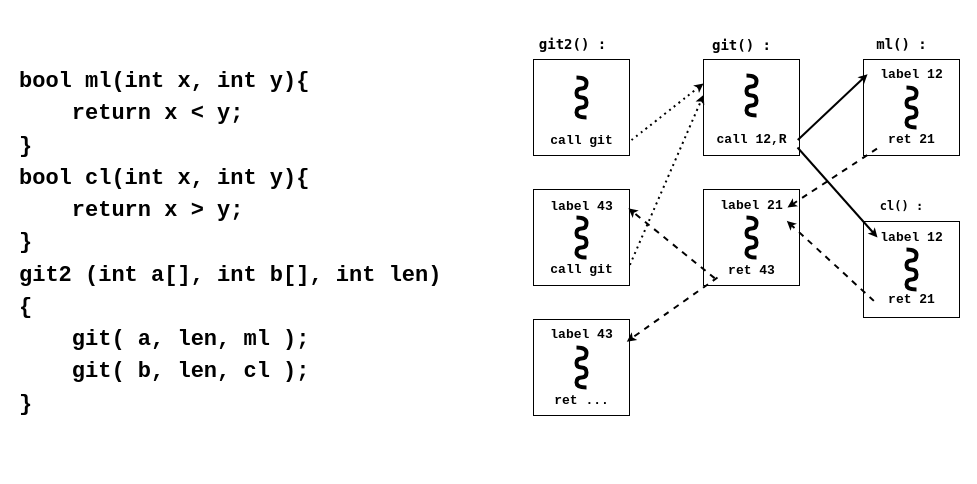
This is Untitled Diagram.drawio from ZKX64/Textbook-graph, a draw.io file, before an edit. Source tidied: cells renumbered, new cells numbered last; positions are measured from the earlier drawing's top-left corner, leaving out a move shared by most shapes. Both pictures are drawn from the tidied source at 100%, with x=0, y=0 at pixel (17, 17).
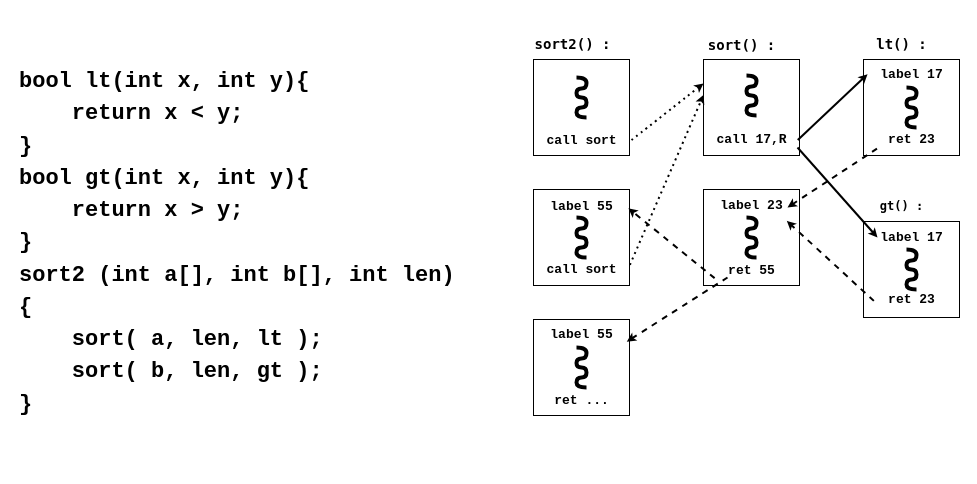
Above is the later version.

The edit, as a diff of the source:
```diff
@@
-    <mxCell id="2" value="&lt;div style=&quot;font-size: 14px; line-height: 19px;&quot;&gt;&lt;div style=&quot;&quot;&gt;&lt;div style=&quot;line-height: 19px;&quot;&gt;&lt;pre style=&quot;line-height: 108%; font-size: 28px;&quot;&gt;&lt;font style=&quot;font-size: 22px;&quot; face=&quot;Courier New&quot;&gt;&lt;b&gt;&lt;font style=&quot;font-size: 22px;&quot;&gt;&lt;span style=&quot;&quot;&gt;bool ml(int x, int y){&lt;br&gt;&lt;/span&gt;&lt;/font&gt;&lt;font style=&quot;font-size: 22px;&quot;&gt;&lt;span style=&quot;&quot;&gt;&amp;nbsp; &amp;nbsp; return x &amp;lt; y;&lt;br&gt;&lt;/span&gt;&lt;/font&gt;&lt;font style=&quot;font-size: 22px;&quot;&gt;&lt;span style=&quot;&quot;&gt;}&lt;br&gt;&lt;/span&gt;&lt;/font&gt;&lt;font style=&quot;font-size: 22px;&quot;&gt;&lt;span style=&quot;&quot;&gt;bool cl(int x, int y){&lt;br&gt;&lt;/span&gt;&lt;/font&gt;&lt;font style=&quot;font-size: 22px;&quot;&gt;&lt;span style=&quot;&quot;&gt;&amp;nbsp; &amp;nbsp; return x &amp;gt; y;&lt;br&gt;&lt;/span&gt;&lt;/font&gt;&lt;font style=&quot;font-size: 22px;&quot;&gt;&lt;span style=&quot;&quot;&gt;}&lt;/span&gt;&lt;/font&gt;&lt;font style=&quot;font-size: 22px;&quot;&gt;&lt;span style=&quot;&quot;&gt;&lt;br&gt;&lt;/span&gt;&lt;/font&gt;&lt;font style=&quot;font-size: 22px;&quot;&gt;&lt;span style=&quot;&quot;&gt;git2 (int a[], int b[], int len)&lt;br&gt;&lt;/span&gt;&lt;/font&gt;&lt;font style=&quot;font-size: 22px;&quot;&gt;&lt;span style=&quot;&quot;&gt;{&lt;br&gt;&lt;/span&gt;&lt;/font&gt;&lt;font style=&quot;font-size: 22px;&quot;&gt;&lt;span style=&quot;&quot;&gt;&amp;nbsp; &amp;nbsp; git( a, len, ml );&lt;br&gt;&lt;/span&gt;&lt;/font&gt;&lt;font style=&quot;font-size: 22px;&quot;&gt;&lt;span style=&quot;&quot;&gt;&amp;nbsp; &amp;nbsp; git( b, len, cl );&lt;br&gt;&lt;/span&gt;&lt;/font&gt;&lt;font style=&quot;font-size: 22px;&quot;&gt;&lt;span style=&quot;&quot;&gt;}&lt;/span&gt;&lt;/font&gt;&lt;/b&gt;&lt;/font&gt;&lt;/pre&gt;&lt;/div&gt;&lt;/div&gt;&lt;/div&gt;" style="whiteSpace=wrap;html=1;strokeColor=none;align=left;labelBackgroundColor=default;rounded=0;" parent="1" vertex="1">
+    <mxCell id="2" value="&lt;div style=&quot;font-size: 14px; line-height: 19px;&quot;&gt;&lt;div style=&quot;&quot;&gt;&lt;div style=&quot;line-height: 19px;&quot;&gt;&lt;pre style=&quot;line-height: 108%; font-size: 28px;&quot;&gt;&lt;font style=&quot;font-size: 22px;&quot; face=&quot;Courier New&quot;&gt;&lt;b&gt;&lt;font style=&quot;font-size: 22px;&quot;&gt;&lt;span style=&quot;&quot;&gt;bool lt(int x, int y){&lt;br&gt;&lt;/span&gt;&lt;/font&gt;&lt;font style=&quot;font-size: 22px;&quot;&gt;&lt;span style=&quot;&quot;&gt;&amp;nbsp; &amp;nbsp; return x &amp;lt; y;&lt;br&gt;&lt;/span&gt;&lt;/font&gt;&lt;font style=&quot;font-size: 22px;&quot;&gt;&lt;span style=&quot;&quot;&gt;}&lt;br&gt;&lt;/span&gt;&lt;/font&gt;&lt;font style=&quot;font-size: 22px;&quot;&gt;&lt;span style=&quot;&quot;&gt;bool gt(int x, int y){&lt;br&gt;&lt;/span&gt;&lt;/font&gt;&lt;font style=&quot;font-size: 22px;&quot;&gt;&lt;span style=&quot;&quot;&gt;&amp;nbsp; &amp;nbsp; return x &amp;gt; y;&lt;br&gt;&lt;/span&gt;&lt;/font&gt;&lt;font style=&quot;font-size: 22px;&quot;&gt;&lt;span style=&quot;&quot;&gt;}&lt;/span&gt;&lt;/font&gt;&lt;font style=&quot;font-size: 22px;&quot;&gt;&lt;span style=&quot;&quot;&gt;&lt;br&gt;&lt;/span&gt;&lt;/font&gt;&lt;font style=&quot;font-size: 22px;&quot;&gt;&lt;span style=&quot;&quot;&gt;sort2 (int a[], int b[], int len)&lt;br&gt;&lt;/span&gt;&lt;/font&gt;&lt;font style=&quot;font-size: 22px;&quot;&gt;&lt;span style=&quot;&quot;&gt;{&lt;br&gt;&lt;/span&gt;&lt;/font&gt;&lt;font style=&quot;font-size: 22px;&quot;&gt;&lt;span style=&quot;&quot;&gt;&amp;nbsp; &amp;nbsp; sort( a, len, lt );&lt;br&gt;&lt;/span&gt;&lt;/font&gt;&lt;font style=&quot;font-size: 22px;&quot;&gt;&lt;span style=&quot;&quot;&gt;&amp;nbsp; &amp;nbsp; sort( b, len, gt );&lt;br&gt;&lt;/span&gt;&lt;/font&gt;&lt;font style=&quot;font-size: 22px;&quot;&gt;&lt;span style=&quot;&quot;&gt;}&lt;/span&gt;&lt;/font&gt;&lt;/b&gt;&lt;/font&gt;&lt;/pre&gt;&lt;/div&gt;&lt;/div&gt;&lt;/div&gt;" style="whiteSpace=wrap;html=1;strokeColor=none;align=left;labelBackgroundColor=default;rounded=0;" parent="1" vertex="1">
       <mxGeometry width="450" height="450" as="geometry" />
     </mxCell>
@@
-    <mxCell id="17" value="&lt;font face=&quot;Lucida Console&quot; style=&quot;font-size: 14px;&quot;&gt;git2() :&lt;/font&gt;" style="text;html=1;align=center;verticalAlign=middle;fillColor=none;strokeColor=none;rounded=0;labelBackgroundColor=none;fontFamily=Times New Roman;fontSize=23;fontColor=#000000;fontStyle=1;" parent="1" vertex="1">
-      <mxGeometry x="510" y="4" width="90" height="40" as="geometry" />
+    <mxCell id="17" value="&lt;font face=&quot;Lucida Console&quot; style=&quot;font-size: 14px;&quot;&gt;sort2() :&lt;/font&gt;" style="text;html=1;align=center;verticalAlign=middle;fillColor=none;strokeColor=none;rounded=0;labelBackgroundColor=none;fontFamily=Times New Roman;fontSize=23;fontColor=#000000;fontStyle=1;" parent="1" vertex="1">
+      <mxGeometry x="505" y="4" width="100" height="40" as="geometry" />
     </mxCell>
-    <mxCell id="18" value="&lt;font face=&quot;Courier New&quot; style=&quot;font-size: 13px;&quot;&gt;call 12,R&lt;/font&gt;" style="text;html=1;align=center;verticalAlign=middle;points=[];fillColor=none;strokeColor=none;rounded=0;labelBackgroundColor=none;fontFamily=Times New Roman;fontSize=13;fontColor=#000000;fontStyle=1;" parent="1" vertex="1">
+    <mxCell id="18" value="&lt;font face=&quot;Courier New&quot; style=&quot;font-size: 13px;&quot;&gt;call 17,R&lt;/font&gt;" style="text;html=1;align=center;verticalAlign=middle;points=[];fillColor=none;strokeColor=none;rounded=0;labelBackgroundColor=none;fontFamily=Times New Roman;fontSize=13;fontColor=#000000;fontStyle=1;" parent="1" vertex="1">
       <mxGeometry x="689" y="107" width="90" height="30" as="geometry" />
     </mxCell>
-    <mxCell id="19" value="&lt;font face=&quot;Courier New&quot; style=&quot;font-size: 13px;&quot;&gt;label 21&lt;/font&gt;" style="text;html=1;align=center;verticalAlign=middle;points=[];fillColor=none;strokeColor=none;rounded=0;labelBackgroundColor=none;fontFamily=Times New Roman;fontSize=13;fontColor=#000000;fontStyle=1;" parent="1" vertex="1">
+    <mxCell id="19" value="&lt;font face=&quot;Courier New&quot; style=&quot;font-size: 13px;&quot;&gt;label 23&lt;/font&gt;" style="text;html=1;align=center;verticalAlign=middle;points=[];fillColor=none;strokeColor=none;rounded=0;labelBackgroundColor=none;fontFamily=Times New Roman;fontSize=13;fontColor=#000000;fontStyle=1;" parent="1" vertex="1">
       <mxGeometry x="689" y="173" width="90" height="30" as="geometry" />
     </mxCell>
-    <mxCell id="20" value="&lt;font face=&quot;Courier New&quot; style=&quot;font-size: 13px;&quot;&gt;call git&lt;/font&gt;" style="text;html=1;align=center;verticalAlign=middle;fillColor=none;strokeColor=none;rounded=0;labelBackgroundColor=none;fontFamily=Times New Roman;fontSize=13;fontColor=#000000;fontStyle=1;" parent="1" vertex="1">
+    <mxCell id="20" value="&lt;font face=&quot;Courier New&quot; style=&quot;font-size: 13px;&quot;&gt;call sort&lt;/font&gt;" style="text;html=1;align=center;verticalAlign=middle;fillColor=none;strokeColor=none;rounded=0;labelBackgroundColor=none;fontFamily=Times New Roman;fontSize=13;fontColor=#000000;fontStyle=1;" parent="1" vertex="1">
       <mxGeometry x="519" y="108" width="90" height="30" as="geometry" />
     </mxCell>
-    <mxCell id="21" value="&lt;font face=&quot;Courier New&quot; style=&quot;font-size: 13px;&quot;&gt;ret 21&lt;/font&gt;" style="text;html=1;align=center;verticalAlign=middle;points=[];fillColor=none;strokeColor=none;rounded=0;labelBackgroundColor=none;fontFamily=Times New Roman;fontSize=13;fontColor=#000000;fontStyle=1;" parent="1" vertex="1">
+    <mxCell id="21" value="&lt;font face=&quot;Courier New&quot; style=&quot;font-size: 13px;&quot;&gt;ret 23&lt;/font&gt;" style="text;html=1;align=center;verticalAlign=middle;points=[];fillColor=none;strokeColor=none;rounded=0;labelBackgroundColor=none;fontFamily=Times New Roman;fontSize=13;fontColor=#000000;fontStyle=1;" parent="1" vertex="1">
       <mxGeometry x="859" y="107" width="70" height="30" as="geometry" />
     </mxCell>
-    <mxCell id="22" value="&lt;font face=&quot;Courier New&quot; style=&quot;font-size: 13px;&quot;&gt;label 12&lt;/font&gt;" style="text;html=1;align=center;verticalAlign=middle;points=[];fillColor=none;strokeColor=none;rounded=0;labelBackgroundColor=none;fontFamily=Times New Roman;fontSize=13;fontColor=#000000;fontStyle=1;" parent="1" vertex="1">
+    <mxCell id="22" value="&lt;font face=&quot;Courier New&quot; style=&quot;font-size: 13px;&quot;&gt;label 17&lt;/font&gt;" style="text;html=1;align=center;verticalAlign=middle;points=[];fillColor=none;strokeColor=none;rounded=0;labelBackgroundColor=none;fontFamily=Times New Roman;fontSize=13;fontColor=#000000;fontStyle=1;" parent="1" vertex="1">
       <mxGeometry x="849" y="42" width="90" height="30" as="geometry" />
     </mxCell>
-    <mxCell id="23" value="&lt;font face=&quot;Courier New&quot; style=&quot;font-size: 13px;&quot;&gt;ret 43&lt;/font&gt;" style="text;html=1;align=center;verticalAlign=middle;points=[];fillColor=none;strokeColor=none;rounded=0;labelBackgroundColor=none;fontFamily=Times New Roman;fontSize=13;fontColor=#000000;fontStyle=1;" parent="1" vertex="1">
+    <mxCell id="23" value="&lt;font face=&quot;Courier New&quot; style=&quot;font-size: 13px;&quot;&gt;ret 55&lt;/font&gt;" style="text;html=1;align=center;verticalAlign=middle;points=[];fillColor=none;strokeColor=none;rounded=0;labelBackgroundColor=none;fontFamily=Times New Roman;fontSize=13;fontColor=#000000;fontStyle=1;" parent="1" vertex="1">
       <mxGeometry x="699" y="238" width="70" height="30" as="geometry" />
     </mxCell>
-    <mxCell id="24" value="&lt;font face=&quot;Courier New&quot; style=&quot;font-size: 13px;&quot;&gt;label 43&lt;/font&gt;" style="text;html=1;align=center;verticalAlign=middle;points=[];fillColor=none;strokeColor=none;rounded=0;labelBackgroundColor=none;fontFamily=Times New Roman;fontSize=13;fontColor=#000000;fontStyle=1;" parent="1" vertex="1">
+    <mxCell id="24" value="&lt;font face=&quot;Courier New&quot; style=&quot;font-size: 13px;&quot;&gt;label 55&lt;/font&gt;" style="text;html=1;align=center;verticalAlign=middle;points=[];fillColor=none;strokeColor=none;rounded=0;labelBackgroundColor=none;fontFamily=Times New Roman;fontSize=13;fontColor=#000000;fontStyle=1;" parent="1" vertex="1">
       <mxGeometry x="519" y="174" width="90" height="30" as="geometry" />
     </mxCell>
-    <mxCell id="25" value="&lt;font face=&quot;Courier New&quot; style=&quot;font-size: 13px;&quot;&gt;call git&lt;/font&gt;" style="text;html=1;align=center;verticalAlign=middle;points=[];fillColor=none;strokeColor=none;rounded=0;labelBackgroundColor=none;fontFamily=Times New Roman;fontSize=13;fontColor=#000000;fontStyle=1;" parent="1" vertex="1">
+    <mxCell id="25" value="&lt;font face=&quot;Courier New&quot; style=&quot;font-size: 13px;&quot;&gt;call sort&lt;/font&gt;" style="text;html=1;align=center;verticalAlign=middle;points=[];fillColor=none;strokeColor=none;rounded=0;labelBackgroundColor=none;fontFamily=Times New Roman;fontSize=13;fontColor=#000000;fontStyle=1;" parent="1" vertex="1">
       <mxGeometry x="519" y="237" width="90" height="30" as="geometry" />
     </mxCell>
-    <mxCell id="26" value="&lt;font face=&quot;Courier New&quot; style=&quot;font-size: 13px;&quot;&gt;label 12&lt;/font&gt;" style="text;html=1;align=center;verticalAlign=middle;fillColor=none;strokeColor=none;rounded=0;labelBackgroundColor=none;fontFamily=Times New Roman;fontSize=13;fontColor=#000000;fontStyle=1;" parent="1" vertex="1">
+    <mxCell id="26" value="&lt;font face=&quot;Courier New&quot; style=&quot;font-size: 13px;&quot;&gt;label 17&lt;/font&gt;" style="text;html=1;align=center;verticalAlign=middle;fillColor=none;strokeColor=none;rounded=0;labelBackgroundColor=none;fontFamily=Times New Roman;fontSize=13;fontColor=#000000;fontStyle=1;" parent="1" vertex="1">
       <mxGeometry x="849" y="205" width="90" height="30" as="geometry" />
     </mxCell>
-    <mxCell id="27" value="&lt;font face=&quot;Courier New&quot; style=&quot;font-size: 13px;&quot;&gt;ret 21&lt;/font&gt;" style="text;html=1;align=center;verticalAlign=middle;points=[];fillColor=none;strokeColor=none;rounded=0;labelBackgroundColor=none;fontFamily=Times New Roman;fontSize=13;fontColor=#000000;fontStyle=1;" parent="1" vertex="1">
+    <mxCell id="27" value="&lt;font face=&quot;Courier New&quot; style=&quot;font-size: 13px;&quot;&gt;ret 23&lt;/font&gt;" style="text;html=1;align=center;verticalAlign=middle;points=[];fillColor=none;strokeColor=none;rounded=0;labelBackgroundColor=none;fontFamily=Times New Roman;fontSize=13;fontColor=#000000;fontStyle=1;" parent="1" vertex="1">
       <mxGeometry x="859" y="267" width="70" height="30" as="geometry" />
     </mxCell>
-    <mxCell id="28" value="&lt;font face=&quot;Courier New&quot; style=&quot;font-size: 13px;&quot;&gt;label 43&lt;/font&gt;" style="text;html=1;align=center;verticalAlign=middle;points=[];fillColor=none;strokeColor=none;rounded=0;labelBackgroundColor=none;fontFamily=Times New Roman;fontSize=13;fontColor=#000000;fontStyle=1;" parent="1" vertex="1">
+    <mxCell id="28" value="&lt;font face=&quot;Courier New&quot; style=&quot;font-size: 13px;&quot;&gt;label 55&lt;/font&gt;" style="text;html=1;align=center;verticalAlign=middle;points=[];fillColor=none;strokeColor=none;rounded=0;labelBackgroundColor=none;fontFamily=Times New Roman;fontSize=13;fontColor=#000000;fontStyle=1;" parent="1" vertex="1">
       <mxGeometry x="519" y="302" width="90" height="30" as="geometry" />
     </mxCell>
@@
     <mxCell id="33" style="endArrow=classic;html=1;strokeWidth=2;fontFamily=Courier New;fontSize=13;fontColor=default;startSize=3;endSize=3;curved=1;elbow=vertical;dashed=1;entryX=1.003;entryY=0.739;entryDx=0;entryDy=0;entryPerimeter=0;" parent="1" edge="1" target="28">
       <mxGeometry relative="1" as="geometry">
-        <mxPoint x="700" y="260" as="sourcePoint" />
+        <mxPoint x="710" y="260" as="sourcePoint" />
       </mxGeometry>
     </mxCell>
@@
-    <mxCell id="38" value="&lt;font face=&quot;Lucida Console&quot; style=&quot;font-size: 12px;&quot;&gt;cl() :&lt;/font&gt;" style="text;html=1;align=center;verticalAlign=middle;fillColor=none;strokeColor=none;rounded=0;labelBackgroundColor=none;fontFamily=Times New Roman;fontSize=23;fontColor=#000000;fontStyle=1;" parent="1" vertex="1">
+    <mxCell id="38" value="&lt;font face=&quot;Lucida Console&quot; style=&quot;font-size: 12px;&quot;&gt;gt() :&lt;/font&gt;" style="text;html=1;align=center;verticalAlign=middle;fillColor=none;strokeColor=none;rounded=0;labelBackgroundColor=none;fontFamily=Times New Roman;fontSize=23;fontColor=#000000;fontStyle=1;" parent="1" vertex="1">
       <mxGeometry x="849" y="165" width="70" height="40" as="geometry" />
     </mxCell>
-    <mxCell id="39" value="&lt;font face=&quot;Lucida Console&quot; style=&quot;font-size: 14px;&quot;&gt;ml() :&lt;/font&gt;" style="text;html=1;align=center;verticalAlign=middle;fillColor=none;strokeColor=none;rounded=0;labelBackgroundColor=none;fontFamily=Times New Roman;fontSize=23;fontColor=#000000;fontStyle=1;" parent="1" vertex="1">
+    <mxCell id="39" value="&lt;font face=&quot;Lucida Console&quot; style=&quot;font-size: 14px;&quot;&gt;lt() :&lt;/font&gt;" style="text;html=1;align=center;verticalAlign=middle;fillColor=none;strokeColor=none;rounded=0;labelBackgroundColor=none;fontFamily=Times New Roman;fontSize=23;fontColor=#000000;fontStyle=1;" parent="1" vertex="1">
       <mxGeometry x="844" y="4" width="80" height="40" as="geometry" />
     </mxCell>
-    <mxCell id="40" value="&lt;font face=&quot;Lucida Console&quot; style=&quot;font-size: 14px;&quot;&gt;git() :&lt;/font&gt;" style="text;html=1;align=center;verticalAlign=middle;fillColor=none;strokeColor=none;rounded=0;labelBackgroundColor=none;fontFamily=Times New Roman;fontSize=23;fontColor=#000000;fontStyle=1;" parent="1" vertex="1">
-      <mxGeometry x="684" y="5" width="80" height="40" as="geometry" />
+    <mxCell id="40" value="&lt;font face=&quot;Lucida Console&quot; style=&quot;font-size: 14px;&quot;&gt;sort() :&lt;/font&gt;" style="text;html=1;align=center;verticalAlign=middle;fillColor=none;strokeColor=none;rounded=0;labelBackgroundColor=none;fontFamily=Times New Roman;fontSize=23;fontColor=#000000;fontStyle=1;" parent="1" vertex="1">
+      <mxGeometry x="679" y="5" width="90" height="40" as="geometry" />
     </mxCell>
```
